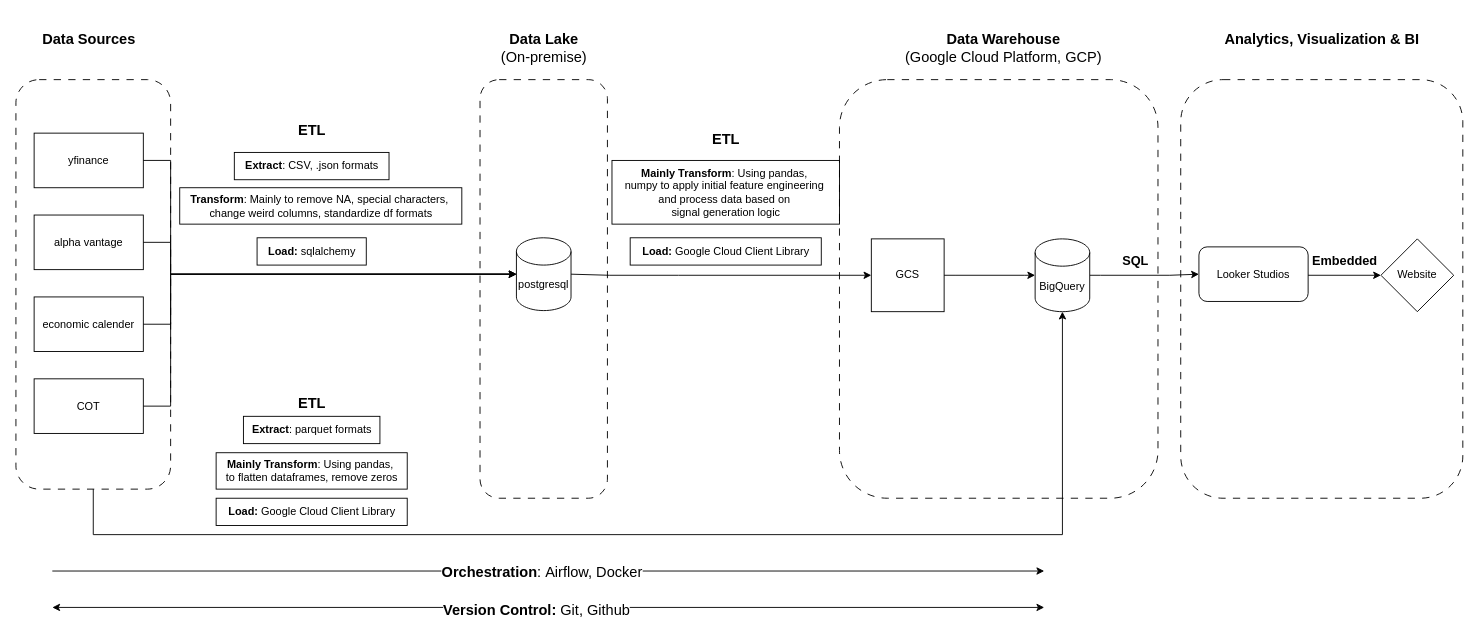
Before: Stock Analysis System.drawio in Tgop1310/Projects, a draw.io diagram. Source tidied: cells renumbered, new cells numbered last; positions are measured from the earlier drawing's top-left corner, leaving out a move shared by most shapes. Both pictures are drawn from the tidied source at 91%, with x=0, y=0 at pixel (15, 25).
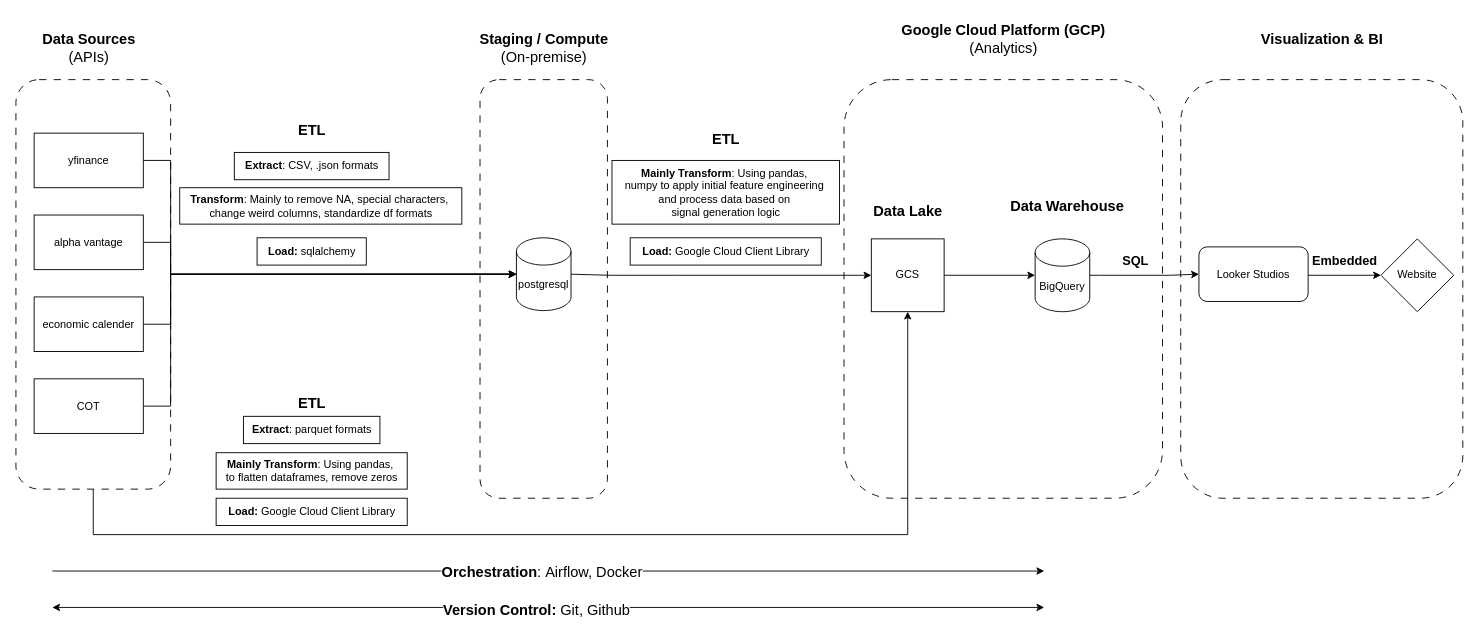
Above is the later version.

The change refers to these unchanged cells:
```xml
<mxCell id="14" value="BigQuery" style="shape=cylinder3;whiteSpace=wrap;html=1;boundedLbl=1;backgroundOutline=1;size=15;" parent="1" vertex="1">
  <mxGeometry x="1120" y="235" width="60" height="80" as="geometry" />
</mxCell>
<mxCell id="15" value="GCS" style="whiteSpace=wrap;html=1;" parent="1" vertex="1">
  <mxGeometry x="940" y="235" width="80" height="80" as="geometry" />
</mxCell>
<mxCell id="31" style="rounded=1;whiteSpace=wrap;html=1;fillColor=none;dashed=1;dashPattern=8 8;" parent="1" vertex="1">
  <mxGeometry y="60" width="170" height="450" as="geometry" />
</mxCell>
```

The edit, as a diff of the source:
```diff
@@
     <mxCell id="2" style="rounded=1;whiteSpace=wrap;html=1;fillColor=none;dashed=1;dashPattern=8 8;" parent="1" vertex="1">
-      <mxGeometry x="905" y="60" width="350" height="460" as="geometry" />
+      <mxGeometry x="910" y="60" width="350" height="460" as="geometry" />
     </mxCell>
@@
-    <mxCell id="7" value="Data Sources" style="text;html=1;align=center;verticalAlign=middle;strokeColor=none;fillColor=none;fontStyle=1;fontSize=16;" parent="1" vertex="1">
-      <mxGeometry x="20" width="120" height="30" as="geometry" />
+    <mxCell id="7" value="Data Sources&lt;div&gt;&lt;span style=&quot;font-weight: normal;&quot;&gt;(APIs)&lt;/span&gt;&lt;/div&gt;" style="text;html=1;align=center;verticalAlign=middle;strokeColor=none;fillColor=none;fontStyle=1;fontSize=16;" parent="1" vertex="1">
+      <mxGeometry x="20" width="120" height="50" as="geometry" />
     </mxCell>
@@
-    <mxCell id="12" value="Data Lake&lt;div&gt;&lt;span style=&quot;font-weight: normal;&quot;&gt;(On-premise)&lt;/span&gt;&lt;/div&gt;" style="text;html=1;align=center;verticalAlign=middle;strokeColor=none;fillColor=none;fontStyle=1;fontSize=16;" parent="1" vertex="1">
-      <mxGeometry x="520" width="120" height="50" as="geometry" />
+    <mxCell id="12" value="Staging / Compute&lt;div&gt;&lt;span style=&quot;font-weight: normal;&quot;&gt;(On-premise)&lt;/span&gt;&lt;/div&gt;" style="text;html=1;align=center;verticalAlign=middle;strokeColor=none;fillColor=none;fontStyle=1;fontSize=16;" parent="1" vertex="1">
+      <mxGeometry x="500" width="160" height="50" as="geometry" />
     </mxCell>
@@
-    <mxCell id="19" value="Data Warehouse&lt;div&gt;&lt;span style=&quot;font-weight: normal;&quot;&gt;(Google Cloud Platform, GCP)&lt;/span&gt;&lt;/div&gt;" style="text;html=1;align=center;verticalAlign=middle;strokeColor=none;fillColor=none;fontStyle=1;fontSize=16;" parent="1" vertex="1">
-      <mxGeometry x="965" width="240" height="50" as="geometry" />
+    <mxCell id="19" value="Google Cloud Platform (GCP)&lt;div&gt;&lt;span style=&quot;font-weight: normal;&quot;&gt;(Analytics)&lt;/span&gt;&lt;/div&gt;" style="text;html=1;align=center;verticalAlign=middle;strokeColor=none;fillColor=none;fontStyle=1;fontSize=16;" parent="1" vertex="1">
+      <mxGeometry x="965" y="-10" width="240" height="50" as="geometry" />
     </mxCell>
@@
-    <mxCell id="32" value="Analytics, Visualization &amp;amp; BI" style="text;html=1;align=center;verticalAlign=middle;strokeColor=none;fillColor=none;fontStyle=1;fontSize=16;" parent="1" vertex="1">
-      <mxGeometry x="1325" width="220" height="30" as="geometry" />
+    <mxCell id="32" value="Visualization &amp;amp; BI" style="text;html=1;align=center;verticalAlign=middle;strokeColor=none;fillColor=none;fontStyle=1;fontSize=16;" parent="1" vertex="1">
+      <mxGeometry x="1360" width="150" height="30" as="geometry" />
     </mxCell>
@@
-    <mxCell id="40" style="endArrow=classic;html=1;rounded=0;entryX=0.5;entryY=1;entryDx=0;entryDy=0;entryPerimeter=0;exitX=0.5;exitY=1;exitDx=0;exitDy=0;" parent="1" edge="1" source="31" target="14">
+    <mxCell id="40" style="endArrow=classic;html=1;rounded=0;exitX=0.5;exitY=1;exitDx=0;exitDy=0;entryX=0.5;entryY=1;entryDx=0;entryDy=0;" parent="1" edge="1" source="31" target="15">
       <mxGeometry relative="1" as="geometry">
         <Array as="points">
           <mxPoint x="85" y="560" />
-          <mxPoint x="1150" y="560" />
+          <mxPoint x="980" y="560" />
         </Array>
       </mxGeometry>
     </mxCell>
@@
+    <mxCell id="45" value="Data Lake" style="text;html=1;align=center;verticalAlign=middle;strokeColor=none;fillColor=none;fontStyle=1;fontSize=16;" parent="1" vertex="1">
+      <mxGeometry x="930" y="188.8" width="100" height="30" as="geometry" />
+    </mxCell>
+    <mxCell id="46" value="Data Warehouse" style="text;html=1;align=center;verticalAlign=middle;strokeColor=none;fillColor=none;fontStyle=1;fontSize=16;" parent="1" vertex="1">
+      <mxGeometry x="1085" y="183.8" width="140" height="30" as="geometry" />
+    </mxCell>
```
